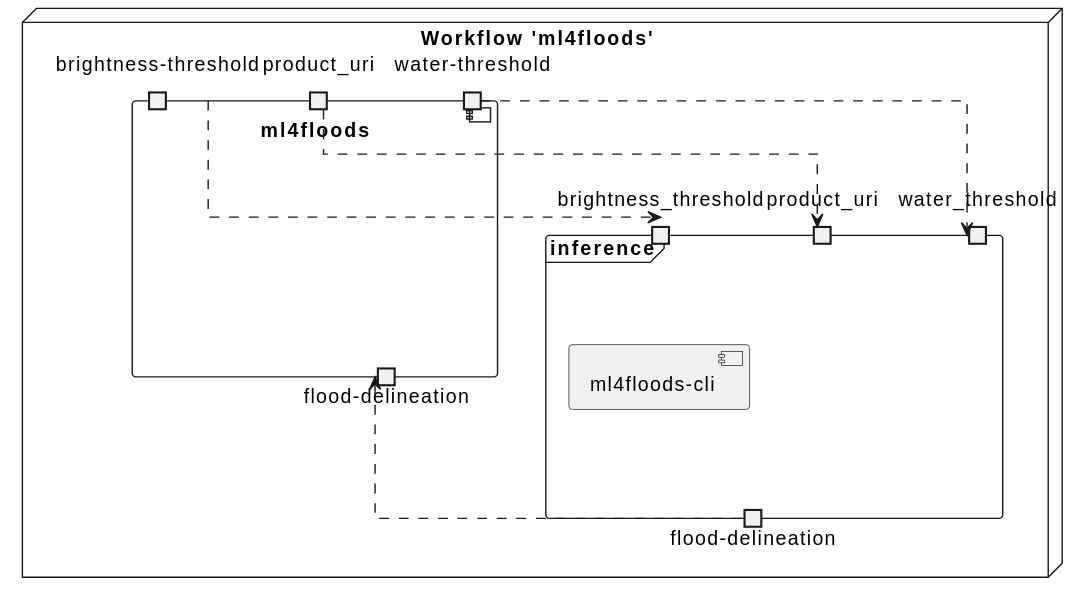
Above: docs/ml4floods/component.svg in eoap/app-ml4floods (PlantUML), before the change.
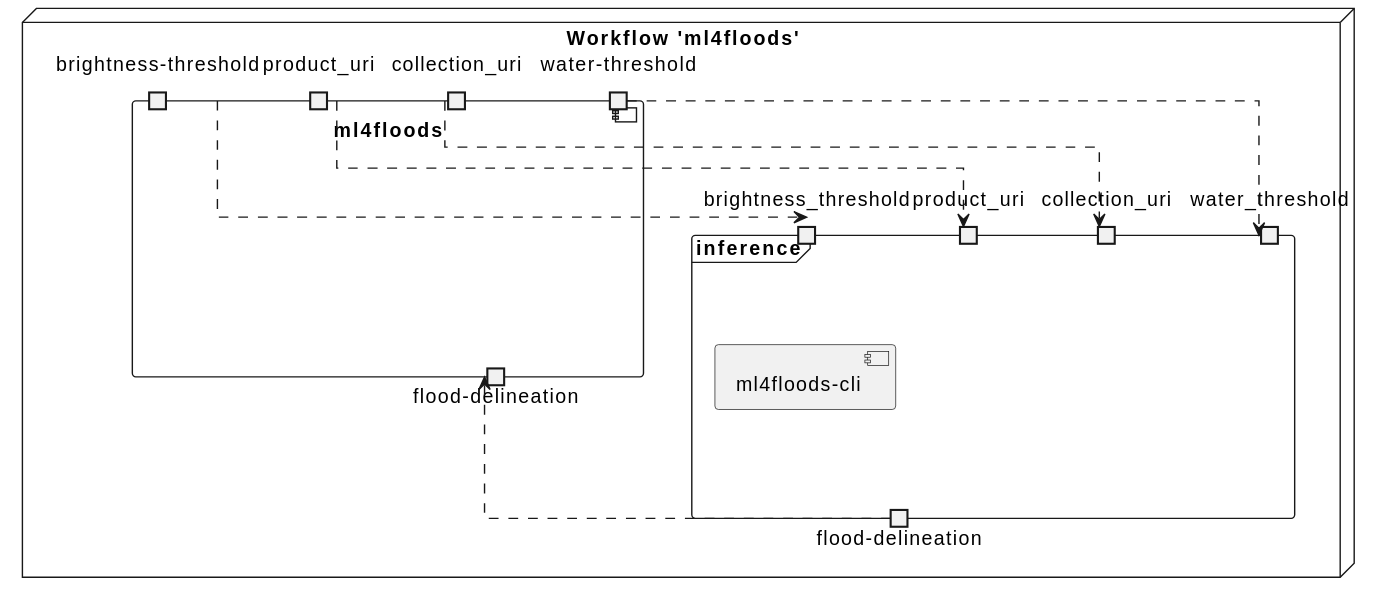
The same file after the commit.

Commit message:
adds collection uri

What changed in the source:
```diff
@@ -10,6 +10,8 @@
     component "ml4floods" as ml4floods {
 
         portin "product_uri" as ml4floods_product_uri
+
+        portin "collection_uri" as ml4floods_collection_uri
 
         portin "water-threshold" as ml4floods_water_threshold
 
@@ -26,19 +28,33 @@
         portin "product_uri" as ml4floods_inference_product_uri
 
 
-            ml4floods_product_uri .down.> ml4floods_inference_product_uri
+
+        ml4floods_product_uri .down.> ml4floods_inference_product_uri
+
+
+
+        portin "collection_uri" as ml4floods_inference_collection_uri
+
+
+
+        ml4floods_collection_uri .down.> ml4floods_inference_collection_uri
+
 
 
         portin "water_threshold" as ml4floods_inference_water_threshold
 
 
-            ml4floods_water_threshold .down.> ml4floods_inference_water_threshold
+
+        ml4floods_water_threshold .down.> ml4floods_inference_water_threshold
+
 
 
         portin "brightness_threshold" as ml4floods_inference_brightness_threshold
 
 
-            ml4floods_brightness_threshold .down.> ml4floods_inference_brightness_threshold
+
+        ml4floods_brightness_threshold .down.> ml4floods_inference_brightness_threshold
+
 
 
 
```
